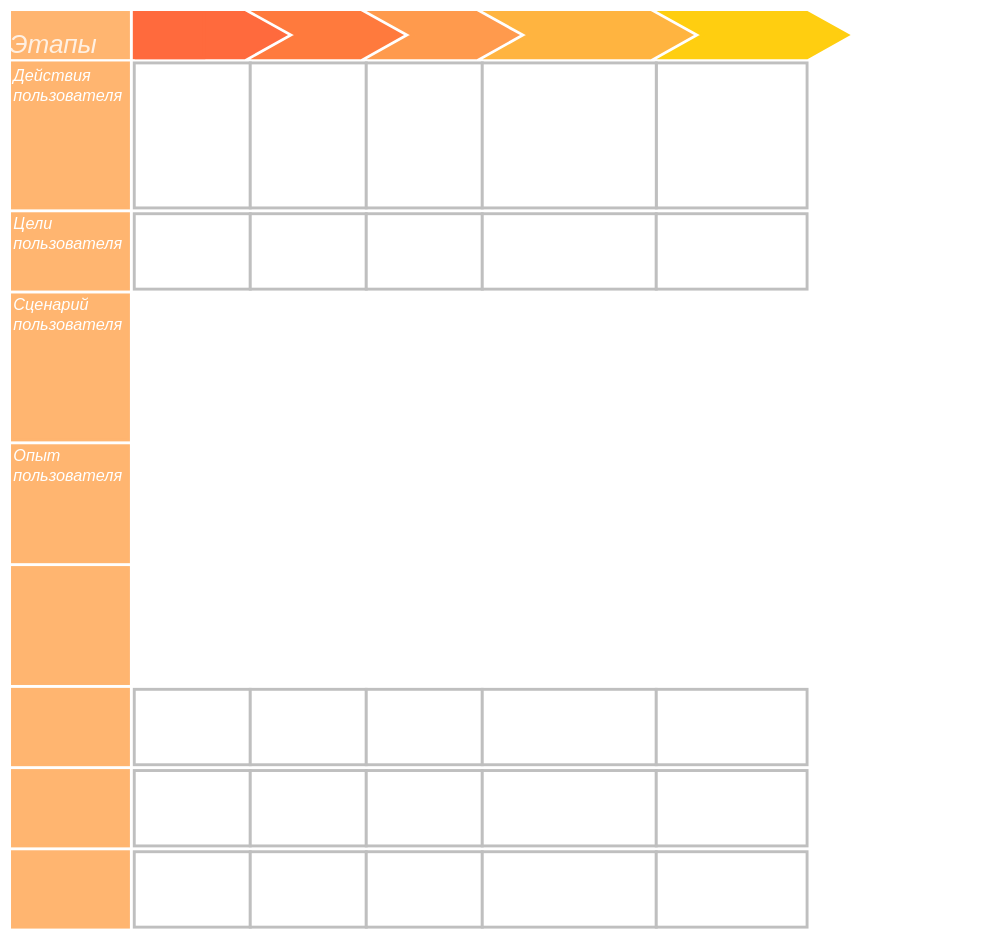
afnear/2project keeps this draw.io diagram as Untitled Diagram.drawio. Above is the earlier version. Source tidied: cells renumbered, new cells numbered last; positions are measured from the earlier drawing's top-left corner, leaving out a move shared by most shapes. Both pictures are drawn from the tidied source at 58%, with x=0, y=0 at pixel (12, 12).
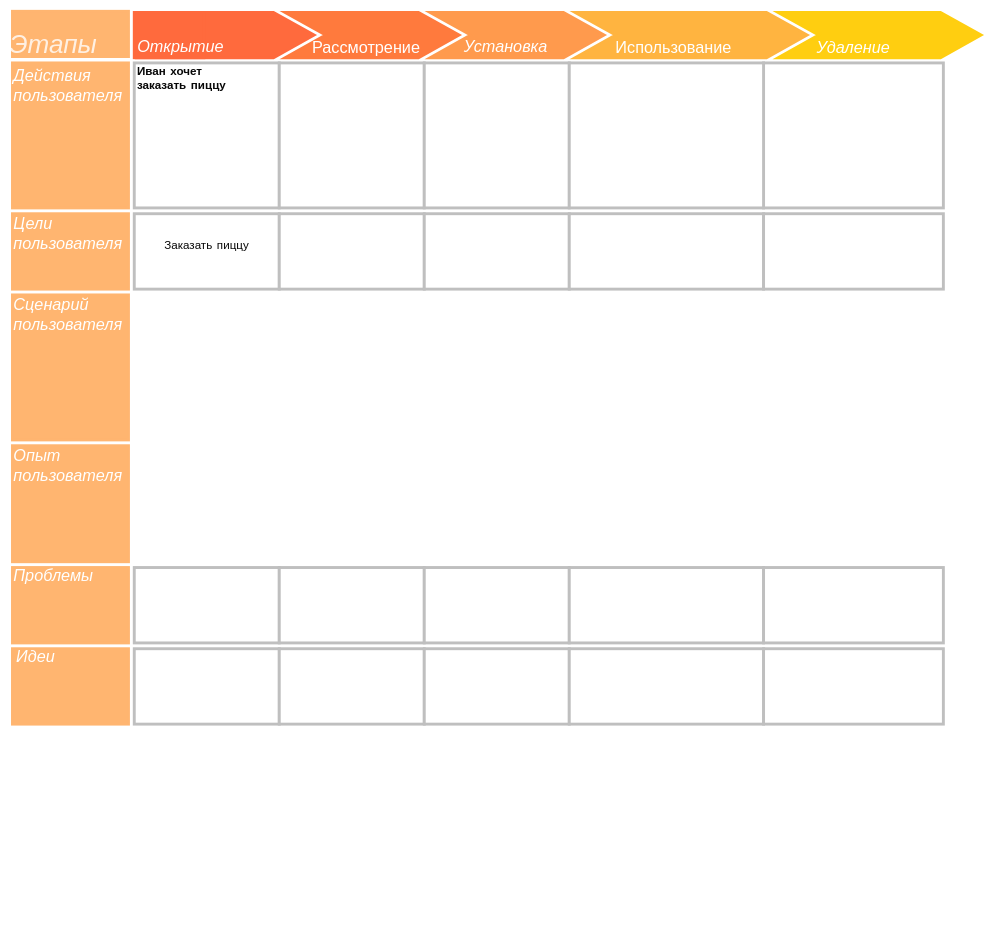
The same page after the edit.

The edit, as a diff of the source:
```diff
@@
     <mxCell id="2" style="rounded=0;whiteSpace=wrap;html=1;fontFamily=Times New Roman;fontSize=18;strokeColor=#FFB570;strokeWidth=5;fillColor=#FFB570;fontColor=#FFFFFF;" parent="1" vertex="1">
-      <mxGeometry width="200" height="78" as="geometry" />
+      <mxGeometry y="-2" width="200" height="78" as="geometry" />
     </mxCell>
@@
     <mxCell id="4" style="shape=step;perimeter=stepPerimeter;whiteSpace=wrap;html=1;fixedSize=1;labelBackgroundColor=none;labelBorderColor=none;fontFamily=Comic Sans MS;fontSize=45;fontColor=#FFFFFF;strokeColor=#FF6A3D;strokeWidth=5;fillColor=#FF6A3D;size=70;" parent="1" vertex="1">
-      <mxGeometry x="220" width="250" height="78" as="geometry" />
+      <mxGeometry x="220" width="300" height="78" as="geometry" />
     </mxCell>
     <mxCell id="5" style="shape=step;perimeter=stepPerimeter;whiteSpace=wrap;html=1;fixedSize=1;labelBackgroundColor=none;labelBorderColor=none;fontFamily=Comic Sans MS;fontSize=45;fontColor=#FFFFFF;strokeColor=#FF7A3D;strokeWidth=5;fillColor=#FF7A3D;size=70;" parent="1" vertex="1">
-      <mxGeometry x="420" width="250" height="78" as="geometry" />
+      <mxGeometry x="470" width="300" height="78" as="geometry" />
     </mxCell>
     <mxCell id="6" style="shape=step;perimeter=stepPerimeter;whiteSpace=wrap;html=1;fixedSize=1;labelBackgroundColor=none;labelBorderColor=none;fontFamily=Comic Sans MS;fontSize=45;fontColor=#FFFFFF;strokeColor=#FF9A4D;strokeWidth=5;fillColor=#FF9A4D;size=70;" parent="1" vertex="1">
-      <mxGeometry x="620" width="250" height="78" as="geometry" />
+      <mxGeometry x="720" width="300" height="78" as="geometry" />
     </mxCell>
@@
     <mxCell id="8" style="shape=step;perimeter=stepPerimeter;whiteSpace=wrap;html=1;fixedSize=1;labelBackgroundColor=none;labelBorderColor=none;fontFamily=Comic Sans MS;fontSize=45;fontColor=#FFFFFF;strokeColor=#FFB440;strokeWidth=5;fillColor=#FFB440;size=70;" parent="1" vertex="1">
-      <mxGeometry x="820" width="350" height="78" as="geometry" />
+      <mxGeometry x="970" width="400" height="78" as="geometry" />
     </mxCell>
     <mxCell id="9" style="shape=step;perimeter=stepPerimeter;whiteSpace=wrap;html=1;fixedSize=1;labelBackgroundColor=none;labelBorderColor=none;fontFamily=Comic Sans MS;fontSize=45;fontColor=#FFFFFF;strokeColor=#FFCE10;strokeWidth=5;fillColor=#FFCE10;size=70;" parent="1" vertex="1">
-      <mxGeometry x="1120" width="320" height="78" as="geometry" />
+      <mxGeometry x="1320" width="350" height="78" as="geometry" />
     </mxCell>
     <mxCell id="10" style="rounded=0;whiteSpace=wrap;html=1;labelBackgroundColor=none;labelBorderColor=none;fontFamily=Comic Sans MS;fontSize=45;strokeWidth=5;strokeColor=#BFBFBF;" parent="1" vertex="1">
-      <mxGeometry x="210" y="87" width="200" height="250" as="geometry" />
+      <mxGeometry x="210" y="87" width="250" height="250" as="geometry" />
     </mxCell>
     <mxCell id="11" style="rounded=0;whiteSpace=wrap;html=1;labelBackgroundColor=none;labelBorderColor=none;fontFamily=Comic Sans MS;fontSize=45;strokeWidth=5;strokeColor=#BFBFBF;" parent="1" vertex="1">
-      <mxGeometry x="410" y="87" width="200" height="250" as="geometry" />
+      <mxGeometry x="460" y="87" width="250" height="250" as="geometry" />
     </mxCell>
     <mxCell id="12" style="rounded=0;whiteSpace=wrap;html=1;labelBackgroundColor=none;labelBorderColor=none;fontFamily=Comic Sans MS;fontSize=45;strokeWidth=5;strokeColor=#BFBFBF;" parent="1" vertex="1">
-      <mxGeometry x="1110" y="87" width="260" height="250" as="geometry" />
+      <mxGeometry x="1295" y="87" width="310" height="250" as="geometry" />
     </mxCell>
     <mxCell id="13" style="rounded=0;whiteSpace=wrap;html=1;labelBackgroundColor=none;labelBorderColor=none;fontFamily=Comic Sans MS;fontSize=45;strokeWidth=5;strokeColor=#BFBFBF;" parent="1" vertex="1">
-      <mxGeometry x="610" y="87" width="200" height="250" as="geometry" />
+      <mxGeometry x="710" y="87" width="250" height="250" as="geometry" />
     </mxCell>
     <mxCell id="14" style="rounded=0;whiteSpace=wrap;html=1;labelBackgroundColor=none;labelBorderColor=none;fontFamily=Comic Sans MS;fontSize=45;strokeWidth=5;strokeColor=#BFBFBF;" parent="1" vertex="1">
-      <mxGeometry x="810" y="87" width="300" height="250" as="geometry" />
+      <mxGeometry x="960" y="87" width="335" height="250" as="geometry" />
     </mxCell>
@@
     <mxCell id="18" style="rounded=0;whiteSpace=wrap;html=1;fontFamily=Times New Roman;fontSize=18;strokeColor=#FFB570;strokeWidth=5;fillColor=#FFB570;fontColor=#FFFFFF;" parent="1" vertex="1">
-      <mxGeometry y="1167" width="200" height="130" as="geometry" />
+      <mxGeometry y="957" width="200" height="130" as="geometry" />
     </mxCell>
@@
     <mxCell id="20" style="rounded=0;whiteSpace=wrap;html=1;fontFamily=Times New Roman;fontSize=18;strokeColor=#FFB570;strokeWidth=5;fillColor=#FFB570;fontColor=#FFFFFF;" parent="1" vertex="1">
-      <mxGeometry y="1307" width="200" height="130" as="geometry" />
+      <mxGeometry y="1097" width="200" height="130" as="geometry" />
     </mxCell>
-    <mxCell id="21" style="rounded=0;whiteSpace=wrap;html=1;fontFamily=Times New Roman;fontSize=18;strokeColor=#FFB570;strokeWidth=5;fillColor=#FFB570;fontColor=#FFFFFF;" parent="1" vertex="1">
-      <mxGeometry y="1447" width="200" height="130" as="geometry" />
-    </mxCell>
     <mxCell id="22" style="rounded=0;whiteSpace=wrap;html=1;labelBackgroundColor=none;labelBorderColor=none;fontFamily=Comic Sans MS;fontSize=45;strokeWidth=5;strokeColor=#BFBFBF;" parent="1" vertex="1">
-      <mxGeometry x="210" y="347" width="200" height="130" as="geometry" />
+      <mxGeometry x="210" y="347" width="250" height="130" as="geometry" />
     </mxCell>
     <mxCell id="23" style="rounded=0;whiteSpace=wrap;html=1;labelBackgroundColor=none;labelBorderColor=none;fontFamily=Comic Sans MS;fontSize=45;strokeWidth=5;strokeColor=#BFBFBF;" parent="1" vertex="1">
-      <mxGeometry x="410" y="347" width="200" height="130" as="geometry" />
+      <mxGeometry x="460" y="347" width="250" height="130" as="geometry" />
     </mxCell>
     <mxCell id="24" style="rounded=0;whiteSpace=wrap;html=1;labelBackgroundColor=none;labelBorderColor=none;fontFamily=Comic Sans MS;fontSize=45;strokeWidth=5;strokeColor=#BFBFBF;" parent="1" vertex="1">
-      <mxGeometry x="610" y="347" width="200" height="130" as="geometry" />
+      <mxGeometry x="710" y="347" width="250" height="130" as="geometry" />
     </mxCell>
     <mxCell id="25" style="rounded=0;whiteSpace=wrap;html=1;labelBackgroundColor=none;labelBorderColor=none;fontFamily=Comic Sans MS;fontSize=45;strokeWidth=5;strokeColor=#BFBFBF;" parent="1" vertex="1">
-      <mxGeometry x="810" y="347" width="300" height="130" as="geometry" />
+      <mxGeometry x="960" y="347" width="335" height="130" as="geometry" />
     </mxCell>
     <mxCell id="26" style="rounded=0;whiteSpace=wrap;html=1;labelBackgroundColor=none;labelBorderColor=none;fontFamily=Comic Sans MS;fontSize=45;strokeWidth=5;strokeColor=#BFBFBF;" parent="1" vertex="1">
-      <mxGeometry x="1110" y="347" width="260" height="130" as="geometry" />
+      <mxGeometry x="1295" y="347" width="310" height="130" as="geometry" />
     </mxCell>
-    <mxCell id="27" style="rounded=0;whiteSpace=wrap;html=1;fontFamily=Times New Roman;fontSize=18;strokeColor=#FFB570;strokeWidth=5;fillColor=#FFB570;fontColor=#FFFFFF;" parent="1" vertex="1">
-      <mxGeometry y="957" width="200" height="200" as="geometry" />
-    </mxCell>
     <mxCell id="28" style="rounded=0;whiteSpace=wrap;html=1;labelBackgroundColor=none;labelBorderColor=none;fontFamily=Comic Sans MS;fontSize=45;strokeWidth=5;strokeColor=#BFBFBF;" parent="1" vertex="1">
-      <mxGeometry x="210" y="1167" width="200" height="130" as="geometry" />
+      <mxGeometry x="210" y="957" width="250" height="130" as="geometry" />
     </mxCell>
     <mxCell id="29" style="rounded=0;whiteSpace=wrap;html=1;labelBackgroundColor=none;labelBorderColor=none;fontFamily=Comic Sans MS;fontSize=45;strokeWidth=5;strokeColor=#BFBFBF;" parent="1" vertex="1">
-      <mxGeometry x="410" y="1167" width="200" height="130" as="geometry" />
+      <mxGeometry x="460" y="957" width="250" height="130" as="geometry" />
     </mxCell>
     <mxCell id="30" style="rounded=0;whiteSpace=wrap;html=1;labelBackgroundColor=none;labelBorderColor=none;fontFamily=Comic Sans MS;fontSize=45;strokeWidth=5;strokeColor=#BFBFBF;" parent="1" vertex="1">
-      <mxGeometry x="610" y="1167" width="200" height="130" as="geometry" />
+      <mxGeometry x="710" y="957" width="250" height="130" as="geometry" />
     </mxCell>
     <mxCell id="31" style="rounded=0;whiteSpace=wrap;html=1;labelBackgroundColor=none;labelBorderColor=none;fontFamily=Comic Sans MS;fontSize=45;strokeWidth=5;strokeColor=#BFBFBF;" parent="1" vertex="1">
-      <mxGeometry x="210" y="1307" width="200" height="130" as="geometry" />
+      <mxGeometry x="210" y="1097" width="250" height="130" as="geometry" />
     </mxCell>
     <mxCell id="32" style="rounded=0;whiteSpace=wrap;html=1;labelBackgroundColor=none;labelBorderColor=none;fontFamily=Comic Sans MS;fontSize=45;strokeWidth=5;strokeColor=#BFBFBF;" parent="1" vertex="1">
-      <mxGeometry x="410" y="1307" width="200" height="130" as="geometry" />
+      <mxGeometry x="460" y="1097" width="250" height="130" as="geometry" />
     </mxCell>
     <mxCell id="33" style="rounded=0;whiteSpace=wrap;html=1;labelBackgroundColor=none;labelBorderColor=none;fontFamily=Comic Sans MS;fontSize=45;strokeWidth=5;strokeColor=#BFBFBF;" parent="1" vertex="1">
-      <mxGeometry x="610" y="1307" width="200" height="130" as="geometry" />
+      <mxGeometry x="710" y="1097" width="250" height="130" as="geometry" />
     </mxCell>
-    <mxCell id="34" style="rounded=0;whiteSpace=wrap;html=1;labelBackgroundColor=none;labelBorderColor=none;fontFamily=Comic Sans MS;fontSize=45;strokeWidth=5;strokeColor=#BFBFBF;" parent="1" vertex="1">
-      <mxGeometry x="210" y="1447" width="200" height="130" as="geometry" />
-    </mxCell>
-    <mxCell id="35" style="rounded=0;whiteSpace=wrap;html=1;labelBackgroundColor=none;labelBorderColor=none;fontFamily=Comic Sans MS;fontSize=45;strokeWidth=5;strokeColor=#BFBFBF;" parent="1" vertex="1">
-      <mxGeometry x="410" y="1447" width="200" height="130" as="geometry" />
-    </mxCell>
-    <mxCell id="36" style="rounded=0;whiteSpace=wrap;html=1;labelBackgroundColor=none;labelBorderColor=none;fontFamily=Comic Sans MS;fontSize=45;strokeWidth=5;strokeColor=#BFBFBF;" parent="1" vertex="1">
-      <mxGeometry x="610" y="1447" width="200" height="130" as="geometry" />
-    </mxCell>
     <mxCell id="37" style="rounded=0;whiteSpace=wrap;html=1;labelBackgroundColor=none;labelBorderColor=none;fontFamily=Comic Sans MS;fontSize=45;strokeWidth=5;strokeColor=#BFBFBF;" parent="1" vertex="1">
-      <mxGeometry x="810" y="1167" width="300" height="130" as="geometry" />
+      <mxGeometry x="960" y="957" width="335" height="130" as="geometry" />
     </mxCell>
     <mxCell id="38" style="rounded=0;whiteSpace=wrap;html=1;labelBackgroundColor=none;labelBorderColor=none;fontFamily=Comic Sans MS;fontSize=45;strokeWidth=5;strokeColor=#BFBFBF;" parent="1" vertex="1">
-      <mxGeometry x="810" y="1307" width="300" height="130" as="geometry" />
+      <mxGeometry x="960" y="1097" width="335" height="130" as="geometry" />
     </mxCell>
-    <mxCell id="39" style="rounded=0;whiteSpace=wrap;html=1;labelBackgroundColor=none;labelBorderColor=none;fontFamily=Comic Sans MS;fontSize=45;strokeWidth=5;strokeColor=#BFBFBF;" parent="1" vertex="1">
-      <mxGeometry x="810" y="1447" width="300" height="130" as="geometry" />
-    </mxCell>
     <mxCell id="40" style="rounded=0;whiteSpace=wrap;html=1;labelBackgroundColor=none;labelBorderColor=none;fontFamily=Comic Sans MS;fontSize=45;strokeWidth=5;strokeColor=#BFBFBF;" parent="1" vertex="1">
-      <mxGeometry x="1110" y="1167" width="260" height="130" as="geometry" />
+      <mxGeometry x="1295" y="957" width="310" height="130" as="geometry" />
     </mxCell>
     <mxCell id="41" style="rounded=0;whiteSpace=wrap;html=1;labelBackgroundColor=none;labelBorderColor=none;fontFamily=Comic Sans MS;fontSize=45;strokeWidth=5;strokeColor=#BFBFBF;" parent="1" vertex="1">
-      <mxGeometry x="1110" y="1307" width="260" height="130" as="geometry" />
+      <mxGeometry x="1295" y="1097" width="310" height="130" as="geometry" />
     </mxCell>
-    <mxCell id="42" style="rounded=0;whiteSpace=wrap;html=1;labelBackgroundColor=none;labelBorderColor=none;fontFamily=Comic Sans MS;fontSize=45;strokeWidth=5;strokeColor=#BFBFBF;" parent="1" vertex="1">
-      <mxGeometry x="1110" y="1447" width="260" height="130" as="geometry" />
-    </mxCell>
@@
+    <mxCell id="47" value="Проблемы" style="text;html=1;strokeColor=none;fillColor=none;align=left;verticalAlign=middle;whiteSpace=wrap;rounded=0;labelBackgroundColor=none;labelBorderColor=none;fontFamily=Comic Sans MS;fontSize=28;fontColor=#FFFFFF;fontStyle=2;" parent="1" vertex="1">
+      <mxGeometry y="957" width="60" height="30" as="geometry" />
+    </mxCell>
+    <mxCell id="48" value="Идеи" style="text;html=1;strokeColor=none;fillColor=none;align=center;verticalAlign=middle;whiteSpace=wrap;rounded=0;labelBackgroundColor=none;labelBorderColor=none;fontFamily=Comic Sans MS;fontSize=28;fontColor=#FFFFFF;fontStyle=2;" parent="1" vertex="1">
+      <mxGeometry x="10" y="1097" width="60" height="30" as="geometry" />
+    </mxCell>
+    <mxCell id="49" value="Открытие" style="text;html=1;strokeColor=none;fillColor=none;align=center;verticalAlign=middle;whiteSpace=wrap;rounded=0;labelBackgroundColor=none;labelBorderColor=none;fontFamily=Comic Sans MS;fontSize=28;fontColor=#FFFFFF;fontStyle=2;" parent="1" vertex="1">
+      <mxGeometry x="260" y="46" width="60" height="28" as="geometry" />
+    </mxCell>
+    <mxCell id="50" value="Рассмотрение" style="text;html=1;strokeColor=none;fillColor=none;align=center;verticalAlign=middle;whiteSpace=wrap;rounded=0;labelBackgroundColor=none;labelBorderColor=none;fontFamily=Comic Sans MS;fontSize=28;fontColor=#FFFFFF;" parent="1" vertex="1">
+      <mxGeometry x="580" y="46" width="60" height="30" as="geometry" />
+    </mxCell>
+    <mxCell id="51" value="Установка" style="text;strokeColor=none;fillColor=none;html=1;fontSize=28;fontStyle=2;verticalAlign=middle;align=center;labelBackgroundColor=none;labelBorderColor=none;fontFamily=Comic Sans MS;fontColor=#FFFFFF;" parent="1" vertex="1">
+      <mxGeometry x="800" y="40" width="100" height="40" as="geometry" />
+    </mxCell>
+    <mxCell id="52" value="Использование" style="text;html=1;strokeColor=none;fillColor=none;align=center;verticalAlign=middle;whiteSpace=wrap;rounded=0;labelBackgroundColor=none;labelBorderColor=none;fontFamily=Comic Sans MS;fontSize=28;fontColor=#FFFFFF;" parent="1" vertex="1">
+      <mxGeometry x="1110" y="46" width="60" height="30" as="geometry" />
+    </mxCell>
+    <mxCell id="53" value="Удаление" style="text;html=1;strokeColor=none;fillColor=none;align=center;verticalAlign=middle;whiteSpace=wrap;rounded=0;labelBackgroundColor=none;labelBorderColor=none;fontFamily=Comic Sans MS;fontSize=28;fontColor=#FFFFFF;fontStyle=2;" parent="1" vertex="1">
+      <mxGeometry x="1420" y="46" width="60" height="30" as="geometry" />
+    </mxCell>
+    <mxCell id="54" value="&lt;h1 style=&quot;font-size: 20px&quot;&gt;Иван хочет заказать пиццу&lt;/h1&gt;" style="text;html=1;strokeColor=none;fillColor=none;spacing=5;spacingTop=-20;whiteSpace=wrap;overflow=hidden;rounded=0;labelBackgroundColor=none;labelBorderColor=none;fontFamily=Comic Sans MS;fontSize=20;fontColor=#080808;align=left;" parent="1" vertex="1">
+      <mxGeometry x="210" y="87" width="190" height="120" as="geometry" />
+    </mxCell>
+    <mxCell id="55" value="Заказать пиццу" style="text;html=1;strokeColor=none;fillColor=none;align=center;verticalAlign=middle;whiteSpace=wrap;rounded=0;labelBackgroundColor=none;labelBorderColor=none;fontFamily=Comic Sans MS;fontSize=20;fontColor=#080808;" parent="1" vertex="1">
+      <mxGeometry x="240" y="387" width="190" height="30" as="geometry" />
+    </mxCell>
```
